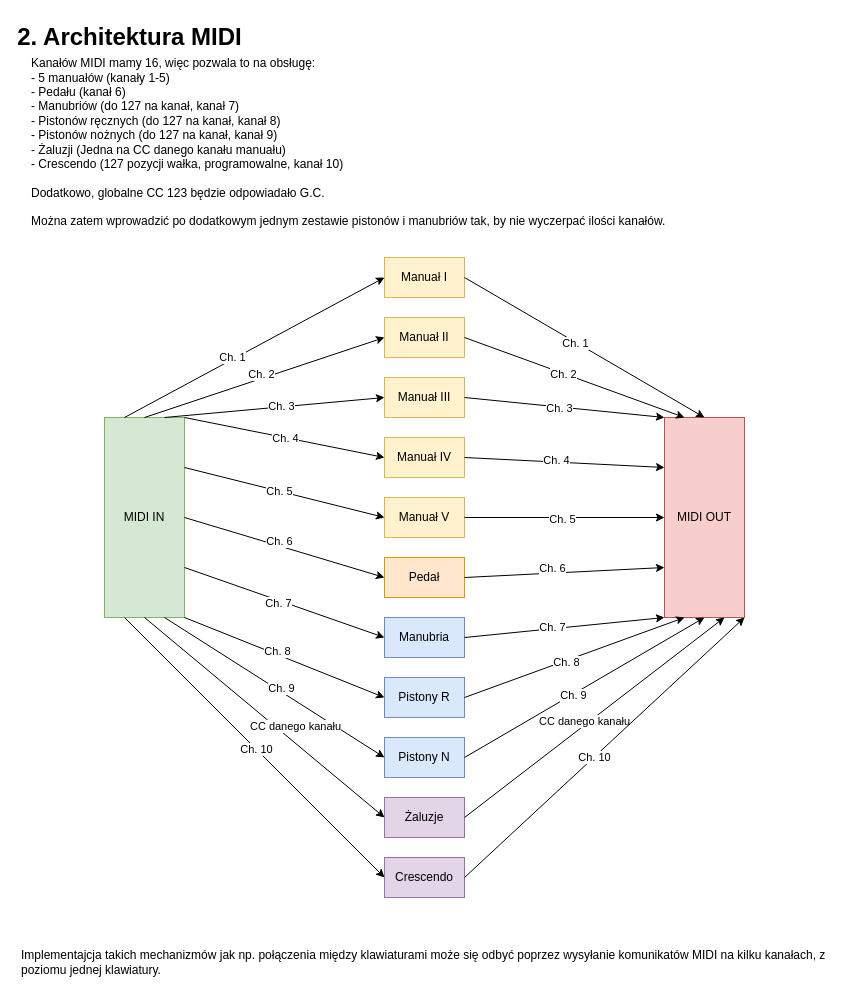
Above: app/design/ports.drawio in przemekkojs/Organ (draw.io), before the change. Source tidied: cells renumbered, new cells numbered last; positions are measured from the earlier drawing's top-left corner, leaving out a move shared by most shapes. Both pictures are drawn from the tidied source at 100%, with x=0, y=0 at pixel (19, 17).
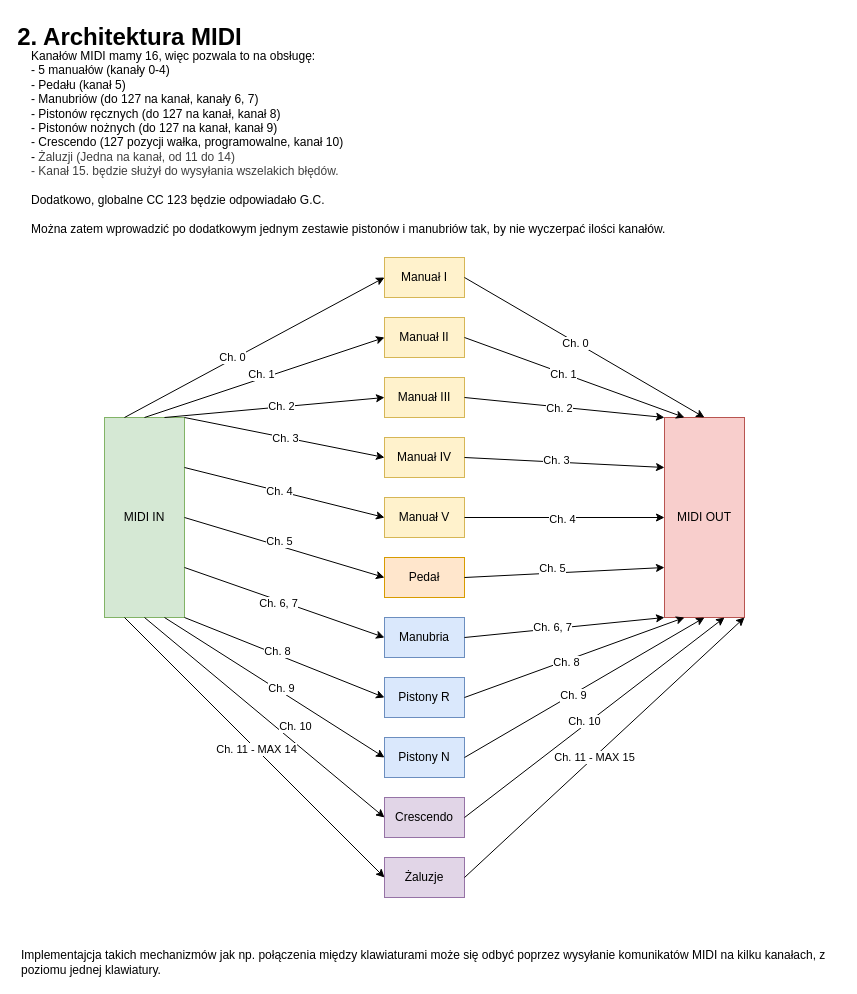
The same diagram, later.

Unchanged cells that the change refers to:
```xml
<mxCell id="2" value="MIDI OUT" style="rounded=0;whiteSpace=wrap;html=1;fillColor=#f8cecc;strokeColor=#b85450;" parent="1" vertex="1">
  <mxGeometry x="645" y="400" width="80" height="200" as="geometry" />
</mxCell>
<mxCell id="5" value="Manuał III" style="rounded=0;whiteSpace=wrap;html=1;fillColor=#fff2cc;strokeColor=#d6b656;" parent="1" vertex="1">
  <mxGeometry x="365" y="360" width="80" height="40" as="geometry" />
</mxCell>
<mxCell id="7" value="Manuał IV" style="rounded=0;whiteSpace=wrap;html=1;fillColor=#fff2cc;strokeColor=#d6b656;" parent="1" vertex="1">
  <mxGeometry x="365" y="420" width="80" height="40" as="geometry" />
</mxCell>
<mxCell id="13" style="endArrow=classic;html=1;exitX=1;exitY=0.5;exitDx=0;exitDy=0;entryX=0.5;entryY=0;entryDx=0;entryDy=0;" parent="1" edge="1" source="3" target="2">
  <mxGeometry relative="1" as="geometry" />
</mxCell>
<mxCell id="15" style="endArrow=classic;html=1;exitX=1;exitY=0.5;exitDx=0;exitDy=0;entryX=0.25;entryY=0;entryDx=0;entryDy=0;" parent="1" edge="1" source="4" target="2">
  <mxGeometry relative="1" as="geometry" />
</mxCell>
<mxCell id="17" style="endArrow=classic;html=1;exitX=1;exitY=0.5;exitDx=0;exitDy=0;entryX=0;entryY=0;entryDx=0;entryDy=0;" parent="1" edge="1" source="5" target="2">
  <mxGeometry relative="1" as="geometry" />
</mxCell>
<mxCell id="21" style="endArrow=classic;html=1;exitX=1;exitY=0.5;exitDx=0;exitDy=0;entryX=0;entryY=0.5;entryDx=0;entryDy=0;" parent="1" edge="1" source="8" target="2">
  <mxGeometry relative="1" as="geometry" />
</mxCell>
<mxCell id="23" style="endArrow=classic;html=1;exitX=1;exitY=0.5;exitDx=0;exitDy=0;entryX=0;entryY=0.75;entryDx=0;entryDy=0;" parent="1" edge="1" source="6" target="2">
  <mxGeometry relative="1" as="geometry" />
</mxCell>
<mxCell id="25" style="endArrow=classic;html=1;exitX=1;exitY=0.5;exitDx=0;exitDy=0;entryX=0;entryY=1;entryDx=0;entryDy=0;" parent="1" edge="1" source="9" target="2">
  <mxGeometry relative="1" as="geometry" />
</mxCell>
<mxCell id="31" style="endArrow=classic;html=1;exitX=1;exitY=0.5;exitDx=0;exitDy=0;entryX=0.75;entryY=1;entryDx=0;entryDy=0;" parent="1" edge="1" source="12" target="2">
  <mxGeometry relative="1" as="geometry" />
</mxCell>
<mxCell id="33" value="MIDI IN" style="rounded=0;whiteSpace=wrap;html=1;fillColor=#d5e8d4;strokeColor=#82b366;" parent="1" vertex="1">
  <mxGeometry x="85" y="400" width="80" height="200" as="geometry" />
</mxCell>
<mxCell id="34" style="endArrow=classic;html=1;exitX=0.25;exitY=0;exitDx=0;exitDy=0;entryX=0;entryY=0.5;entryDx=0;entryDy=0;" parent="1" edge="1" source="33" target="3">
  <mxGeometry relative="1" as="geometry" />
</mxCell>
<mxCell id="36" style="endArrow=classic;html=1;exitX=0.5;exitY=0;exitDx=0;exitDy=0;entryX=0;entryY=0.5;entryDx=0;entryDy=0;" parent="1" edge="1" source="33" target="4">
  <mxGeometry relative="1" as="geometry" />
</mxCell>
<mxCell id="40" style="endArrow=classic;html=1;exitX=1;exitY=0;exitDx=0;exitDy=0;entryX=0;entryY=0.5;entryDx=0;entryDy=0;" parent="1" edge="1" source="33" target="7">
  <mxGeometry relative="1" as="geometry" />
</mxCell>
<mxCell id="42" style="endArrow=classic;html=1;exitX=1;exitY=0.25;exitDx=0;exitDy=0;entryX=0;entryY=0.5;entryDx=0;entryDy=0;" parent="1" edge="1" source="33" target="8">
  <mxGeometry relative="1" as="geometry" />
</mxCell>
<mxCell id="44" style="endArrow=classic;html=1;exitX=1;exitY=0.5;exitDx=0;exitDy=0;entryX=0;entryY=0.5;entryDx=0;entryDy=0;" parent="1" edge="1" source="33" target="6">
  <mxGeometry relative="1" as="geometry" />
</mxCell>
<mxCell id="46" style="endArrow=classic;html=1;exitX=1;exitY=0.75;exitDx=0;exitDy=0;entryX=0;entryY=0.5;entryDx=0;entryDy=0;" parent="1" edge="1" source="33" target="9">
  <mxGeometry relative="1" as="geometry" />
</mxCell>
<mxCell id="52" style="endArrow=classic;html=1;exitX=0.5;exitY=1;exitDx=0;exitDy=0;entryX=0;entryY=0.5;entryDx=0;entryDy=0;" parent="1" edge="1" source="33" target="12">
  <mxGeometry relative="1" as="geometry" />
</mxCell>
<mxCell id="59" style="endArrow=classic;html=1;exitX=1;exitY=0.5;exitDx=0;exitDy=0;entryX=1;entryY=1;entryDx=0;entryDy=0;" parent="1" edge="1" source="56" target="2">
  <mxGeometry relative="1" as="geometry" />
</mxCell>
```

Diff of the diagram source:
```diff
@@
-    <mxCell id="12" value="Żaluzje" style="rounded=0;whiteSpace=wrap;html=1;fillColor=#e1d5e7;strokeColor=#9673a6;" parent="1" vertex="1">
+    <mxCell id="12" value="Crescendo" style="rounded=0;whiteSpace=wrap;html=1;fillColor=#e1d5e7;strokeColor=#9673a6;" parent="1" vertex="1">
       <mxGeometry x="365" y="780" width="80" height="40" as="geometry" />
     </mxCell>
@@
-    <mxCell id="14" value="Ch. 1" style="edgeLabel;html=1;align=center;verticalAlign=middle;" parent="13" vertex="1">
+    <mxCell id="14" value="Ch. 0" style="edgeLabel;html=1;align=center;verticalAlign=middle;" parent="13" vertex="1">
       <mxGeometry x="-0.08" y="-1" relative="1" as="geometry" />
     </mxCell>
@@
-    <mxCell id="16" value="Ch. 2" style="edgeLabel;html=1;align=center;verticalAlign=middle;" parent="15" vertex="1">
+    <mxCell id="16" value="Ch. 1" style="edgeLabel;html=1;align=center;verticalAlign=middle;" parent="15" vertex="1">
       <mxGeometry x="-0.1" y="-1" relative="1" as="geometry" />
     </mxCell>
@@
-    <mxCell id="18" value="Ch. 3" style="edgeLabel;html=1;align=center;verticalAlign=middle;" parent="17" vertex="1">
+    <mxCell id="18" value="Ch. 2" style="edgeLabel;html=1;align=center;verticalAlign=middle;" parent="17" vertex="1">
       <mxGeometry x="-0.05" y="-1" relative="1" as="geometry" />
     </mxCell>
-    <mxCell id="19" style="endArrow=classic;html=1;exitX=1;exitY=0.5;exitDx=0;exitDy=0;entryX=0;entryY=0.25;entryDx=0;entryDy=0;" parent="1" edge="1" source="7" target="2">
-      <mxGeometry relative="1" as="geometry" />
+    <mxCell id="19" style="endArrow=classic;html=1;exitX=1;exitY=0.5;exitDx=0;exitDy=0;entryX=0;entryY=0.25;entryDx=0;entryDy=0;" parent="1" edge="1">
+      <mxGeometry relative="1" as="geometry">
+        <mxPoint x="445" y="440" as="sourcePoint" />
+        <mxPoint x="645" y="450" as="targetPoint" />
+      </mxGeometry>
     </mxCell>
-    <mxCell id="20" value="Ch. 4" style="edgeLabel;html=1;align=center;verticalAlign=middle;" parent="19" vertex="1">
+    <mxCell id="20" value="Ch. 3" style="edgeLabel;html=1;align=center;verticalAlign=middle;" parent="19" vertex="1">
       <mxGeometry x="-0.08" y="2" relative="1" as="geometry" />
     </mxCell>
@@
-    <mxCell id="22" value="Ch. 5" style="edgeLabel;html=1;align=center;verticalAlign=middle;" parent="21" vertex="1">
+    <mxCell id="22" value="Ch. 4" style="edgeLabel;html=1;align=center;verticalAlign=middle;" parent="21" vertex="1">
       <mxGeometry x="-0.03" y="-1" relative="1" as="geometry" />
     </mxCell>
@@
-    <mxCell id="24" value="Ch. 6" style="edgeLabel;html=1;align=center;verticalAlign=middle;" parent="23" vertex="1">
+    <mxCell id="24" value="Ch. 5" style="edgeLabel;html=1;align=center;verticalAlign=middle;" parent="23" vertex="1">
       <mxGeometry x="-0.12" y="5" relative="1" as="geometry" />
     </mxCell>
@@
-    <mxCell id="26" value="Ch. 7" style="edgeLabel;html=1;align=center;verticalAlign=middle;" parent="25" vertex="1">
+    <mxCell id="26" value="Ch. 6, 7" style="edgeLabel;html=1;align=center;verticalAlign=middle;" parent="25" vertex="1">
       <mxGeometry x="-0.12" y="2" relative="1" as="geometry" />
     </mxCell>
@@
-    <mxCell id="32" value="CC danego kanału" style="edgeLabel;html=1;align=center;verticalAlign=middle;" parent="31" vertex="1">
+    <mxCell id="32" value="Ch. 10" style="edgeLabel;html=1;align=center;verticalAlign=middle;" parent="31" vertex="1">
       <mxGeometry x="-0.03" y="-1" relative="1" as="geometry">
         <mxPoint x="-7" as="offset" />
       </mxGeometry>
     </mxCell>
@@
-    <mxCell id="35" value="Ch. 1" style="edgeLabel;html=1;align=center;verticalAlign=middle;" parent="34" vertex="1">
+    <mxCell id="35" value="Ch. 0" style="edgeLabel;html=1;align=center;verticalAlign=middle;" parent="34" vertex="1">
       <mxGeometry x="-0.17" y="2" relative="1" as="geometry" />
     </mxCell>
@@
-    <mxCell id="37" value="Ch. 2" style="edgeLabel;html=1;align=center;verticalAlign=middle;" parent="36" vertex="1">
+    <mxCell id="37" value="Ch. 1" style="edgeLabel;html=1;align=center;verticalAlign=middle;" parent="36" vertex="1">
       <mxGeometry x="-0.02" y="5" relative="1" as="geometry" />
     </mxCell>
-    <mxCell id="38" style="endArrow=classic;html=1;exitX=0.75;exitY=0;exitDx=0;exitDy=0;entryX=0;entryY=0.5;entryDx=0;entryDy=0;" parent="1" edge="1" source="33" target="5">
-      <mxGeometry relative="1" as="geometry" />
+    <mxCell id="38" style="endArrow=classic;html=1;exitX=0.75;exitY=0;exitDx=0;exitDy=0;entryX=0;entryY=0.5;entryDx=0;entryDy=0;" parent="1" edge="1">
+      <mxGeometry relative="1" as="geometry">
+        <mxPoint x="145" y="400" as="sourcePoint" />
+        <mxPoint x="365" y="380" as="targetPoint" />
+      </mxGeometry>
     </mxCell>
-    <mxCell id="39" value="Ch. 3" style="edgeLabel;html=1;align=center;verticalAlign=middle;" parent="38" vertex="1">
+    <mxCell id="39" value="Ch. 2" style="edgeLabel;html=1;align=center;verticalAlign=middle;" parent="38" vertex="1">
       <mxGeometry x="0.06" y="1" relative="1" as="geometry" />
     </mxCell>
@@
-    <mxCell id="41" value="Ch. 4" style="edgeLabel;html=1;align=center;verticalAlign=middle;" parent="40" vertex="1">
+    <mxCell id="41" value="Ch. 3" style="edgeLabel;html=1;align=center;verticalAlign=middle;" parent="40" vertex="1">
       <mxGeometry x="0.01" relative="1" as="geometry" />
     </mxCell>
@@
-    <mxCell id="43" value="Ch. 5" style="edgeLabel;html=1;align=center;verticalAlign=middle;" parent="42" vertex="1">
+    <mxCell id="43" value="Ch. 4" style="edgeLabel;html=1;align=center;verticalAlign=middle;" parent="42" vertex="1">
       <mxGeometry x="-0.07" relative="1" as="geometry">
         <mxPoint x="1" as="offset" />
       </mxGeometry>
     </mxCell>
@@
-    <mxCell id="45" value="Ch. 6" style="edgeLabel;html=1;align=center;verticalAlign=middle;" parent="44" vertex="1">
+    <mxCell id="45" value="Ch. 5" style="edgeLabel;html=1;align=center;verticalAlign=middle;" parent="44" vertex="1">
       <mxGeometry x="-0.07" y="5" relative="1" as="geometry" />
     </mxCell>
@@
-    <mxCell id="47" value="Ch. 7" style="edgeLabel;html=1;align=center;verticalAlign=middle;" parent="46" vertex="1">
+    <mxCell id="47" value="Ch. 6, 7" style="edgeLabel;html=1;align=center;verticalAlign=middle;" parent="46" vertex="1">
       <mxGeometry x="-0.06" y="-3" relative="1" as="geometry" />
     </mxCell>
@@
-    <mxCell id="53" value="CC danego kanału" style="edgeLabel;html=1;align=center;verticalAlign=middle;" parent="52" vertex="1">
+    <mxCell id="53" value="Ch. 10" style="edgeLabel;html=1;align=center;verticalAlign=middle;" parent="52" vertex="1">
       <mxGeometry x="0.08" y="-1" relative="1" as="geometry">
         <mxPoint x="21" as="offset" />
       </mxGeometry>
     </mxCell>
@@
-    <mxCell id="55" value="Kanałów MIDI mamy 16, więc pozwala to na obsługę:&lt;div&gt;- 5 manuałów (kanały 1-5)&lt;/div&gt;&lt;div&gt;- Pedału (kanał 6)&lt;/div&gt;&lt;div&gt;- Manubriów (do 127 na kanał, kanał 7)&lt;/div&gt;&lt;div&gt;- Pistonów ręcznych (do 127 na kanał, kanał 8)&lt;/div&gt;&lt;div&gt;- Pistonów nożnych (do 127 na kanał, kanał 9)&lt;/div&gt;&lt;div&gt;- Żaluzji (Jedna na CC danego kanału manuału)&lt;/div&gt;&lt;div&gt;- Crescendo (127 pozycji wałka, programowalne, kanał 10)&lt;/div&gt;&lt;div&gt;&lt;br&gt;&lt;/div&gt;&lt;div&gt;Dodatkowo, globalne CC 123 będzie odpowiadało G.C.&lt;/div&gt;&lt;div&gt;&lt;br&gt;&lt;/div&gt;&lt;div&gt;Można zatem wprowadzić po dodatkowym jednym zestawie pistonów i manubriów tak, by nie wyczerpać ilości kanałów.&lt;/div&gt;" style="text;html=1;align=left;verticalAlign=middle;whiteSpace=wrap;rounded=0;" parent="1" vertex="1">
+    <mxCell id="55" value="Kanałów MIDI mamy 16, więc pozwala to na obsługę:&lt;div&gt;- 5 manuałów (kanały 0-4)&lt;/div&gt;&lt;div&gt;- Pedału (kanał 5)&lt;/div&gt;&lt;div&gt;- Manubriów (do 127 na kanał, kanały 6, 7)&lt;/div&gt;&lt;div&gt;- Pistonów ręcznych (do 127 na kanał, kanał 8)&lt;/div&gt;&lt;div&gt;- Pistonów nożnych (do 127 na kanał, kanał 9)&lt;/div&gt;&lt;div&gt;- Crescendo (127 pozycji wałka, programowalne, kanał 10)&lt;/div&gt;&lt;div&gt;-&amp;nbsp;&lt;span style=&quot;color: rgb(63, 63, 63); background-color: transparent;&quot;&gt;Żaluzji (Jedna na kanał, od 11 do 14)&lt;/span&gt;&lt;/div&gt;&lt;div&gt;&lt;span style=&quot;color: rgb(63, 63, 63); background-color: transparent;&quot;&gt;- Kanał 15. będzie służył do wysyłania wszelakich błędów.&lt;/span&gt;&lt;/div&gt;&lt;div&gt;&lt;br&gt;&lt;/div&gt;&lt;div&gt;Dodatkowo, globalne CC 123 będzie odpowiadało G.C.&lt;/div&gt;&lt;div&gt;&lt;br&gt;&lt;/div&gt;&lt;div&gt;Można zatem wprowadzić po dodatkowym jednym zestawie pistonów i manubriów tak, by nie wyczerpać ilości kanałów.&lt;/div&gt;" style="text;html=1;align=left;verticalAlign=middle;whiteSpace=wrap;rounded=0;" parent="1" vertex="1">
       <mxGeometry x="10" y="40" width="810" height="170" as="geometry" />
     </mxCell>
-    <mxCell id="56" value="Crescendo" style="rounded=0;whiteSpace=wrap;html=1;fillColor=#e1d5e7;strokeColor=#9673a6;" parent="1" vertex="1">
+    <mxCell id="56" value="Żaluzje" style="rounded=0;whiteSpace=wrap;html=1;fillColor=#e1d5e7;strokeColor=#9673a6;" parent="1" vertex="1">
       <mxGeometry x="365" y="840" width="80" height="40" as="geometry" />
     </mxCell>
-    <mxCell id="57" style="endArrow=classic;html=1;exitX=0.25;exitY=1;exitDx=0;exitDy=0;entryX=0;entryY=0.5;entryDx=0;entryDy=0;" parent="1" edge="1" source="33" target="56">
-      <mxGeometry relative="1" as="geometry" />
+    <mxCell id="57" style="endArrow=classic;html=1;exitX=0.25;exitY=1;exitDx=0;exitDy=0;entryX=0;entryY=0.5;entryDx=0;entryDy=0;" parent="1" edge="1">
+      <mxGeometry relative="1" as="geometry">
+        <mxPoint x="105" y="600" as="sourcePoint" />
+        <mxPoint x="365" y="860" as="targetPoint" />
+      </mxGeometry>
     </mxCell>
-    <mxCell id="58" value="Ch. 10" style="edgeLabel;html=1;align=center;verticalAlign=middle;" parent="57" vertex="1">
+    <mxCell id="58" value="Ch. 11 - MAX 14" style="edgeLabel;html=1;align=center;verticalAlign=middle;" parent="57" vertex="1">
       <mxGeometry x="0.01" relative="1" as="geometry" />
     </mxCell>
@@
-    <mxCell id="60" value="Ch. 10" style="edgeLabel;html=1;align=center;verticalAlign=middle;" parent="59" vertex="1">
+    <mxCell id="60" value="Ch. 11 - MAX 15" style="edgeLabel;html=1;align=center;verticalAlign=middle;" parent="59" vertex="1">
       <mxGeometry x="-0.1" y="6" relative="1" as="geometry">
         <mxPoint x="8" y="1" as="offset" />
       </mxGeometry>
     </mxCell>
```
